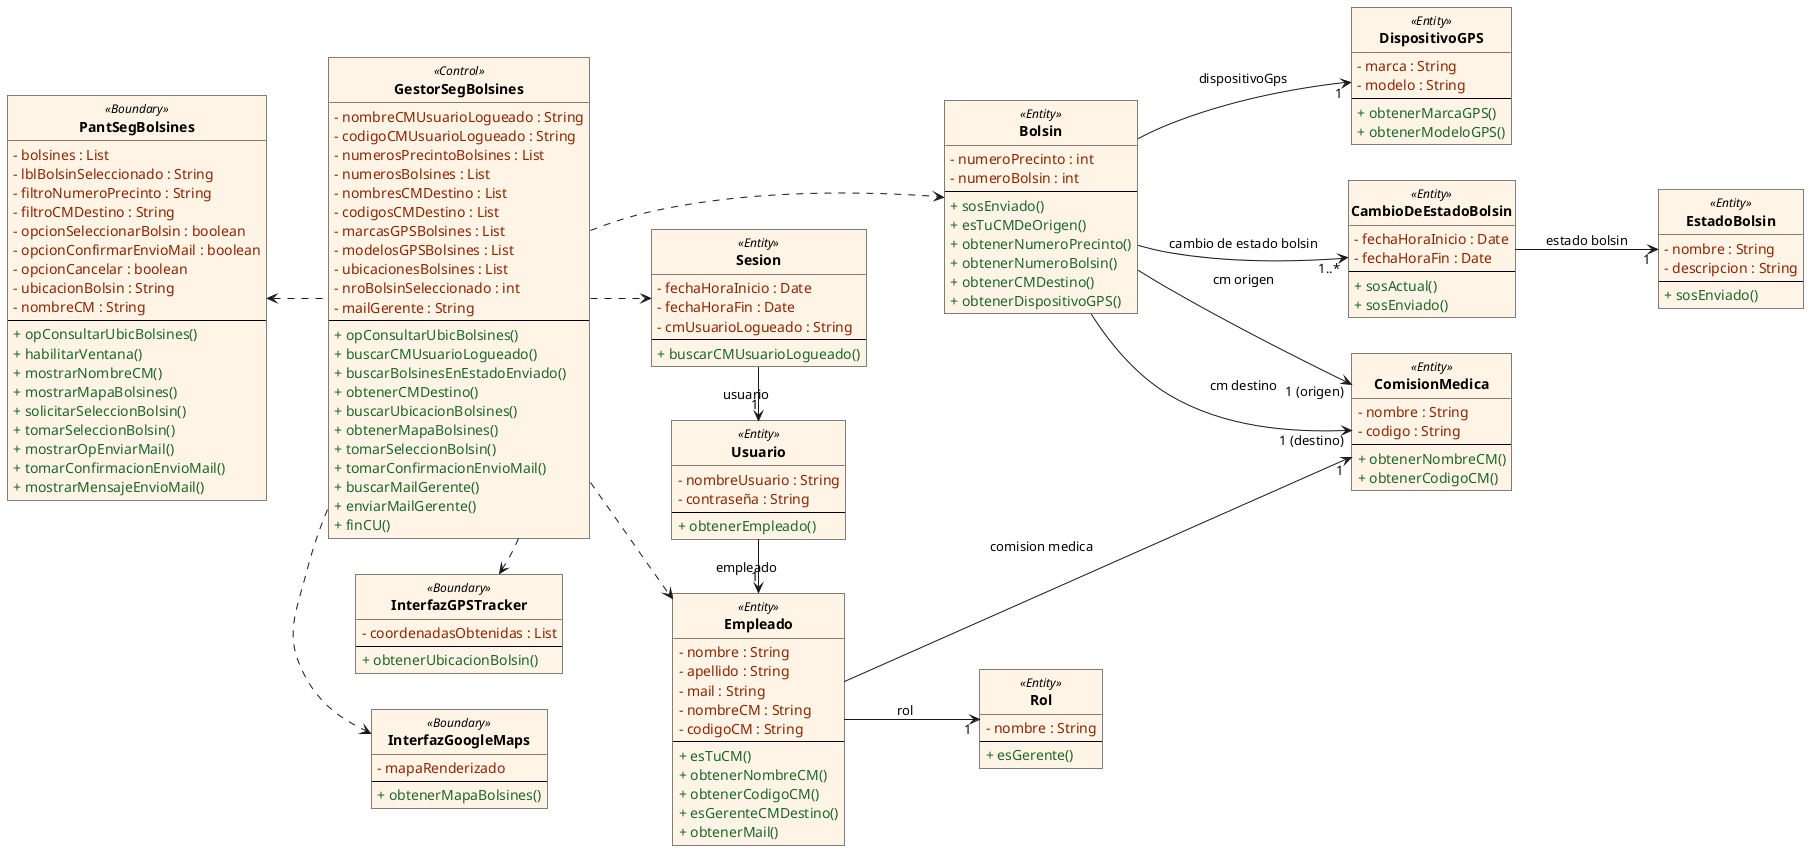
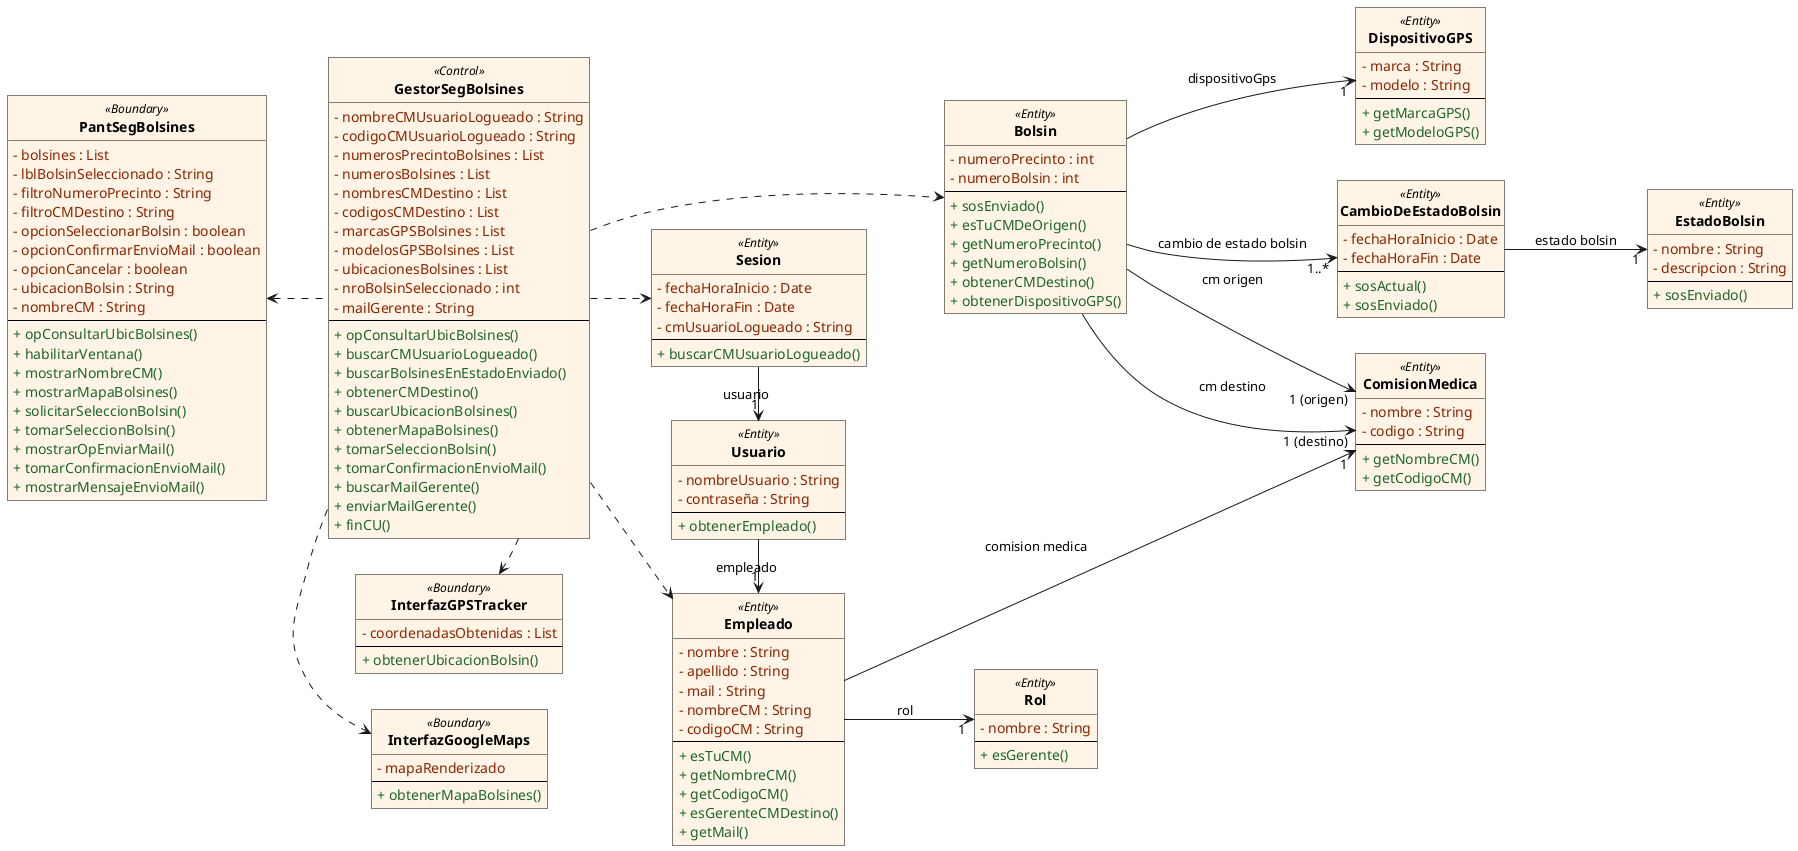
@startuml DiagramaClasesSoporte
skinparam classAttributeIconSize 0
skinparam monochrome false
skinparam shadowing false
skinparam roundcorner 0


skinparam class {
    BackgroundColor #FFF4E6
    BorderColor #000000
    FontColor #000000
    FontName Arial
    FontSize 14
    FontStyle bold
    StereotypeFontColor #000000
    StereotypeFontStyle italic
}

skinparam stereotypeCFontColor #7F7F7F
skinparam stereotypeCFontSize 10

hide circle

class PantSegBolsines <<Boundary>> {
  <font color="#8C2400">- bolsines : List</font>
  <font color="#8C2400">- lblBolsinSeleccionado : String</font>
  <font color="#8C2400">- filtroNumeroPrecinto : String</font>
  <font color="#8C2400">- filtroCMDestino : String</font>
  <font color="#8C2400">- opcionSeleccionarBolsin : boolean</font>
  <font color="#8C2400">- opcionConfirmarEnvioMail : boolean</font>
  <font color="#8C2400">- opcionCancelar : boolean</font>
  <font color="#8C2400">- ubicacionBolsin : String</font>
  <font color="#8C2400">- nombreCM : String</font>
  --
  <font color="#1B6629">+ opConsultarUbicBolsines()</font>
  <font color="#1B6629">+ habilitarVentana()</font>
  <font color="#1B6629">+ mostrarNombreCM()</font>
  <font color="#1B6629">+ mostrarMapaBolsines()</font>
  <font color="#1B6629">+ solicitarSeleccionBolsin()</font>
  <font color="#1B6629">+ tomarSeleccionBolsin()</font>
  <font color="#1B6629">+ mostrarOpEnviarMail()</font>
  <font color="#1B6629">+ tomarConfirmacionEnvioMail()</font>
  <font color="#1B6629">+ mostrarMensajeEnvioMail()</font>
}

class GestorSegBolsines <<Control>> {
  <font color="#8C2400">- nombreCMUsuarioLogueado : String</font>
  <font color="#8C2400">- codigoCMUsuarioLogueado : String</font>
  <font color="#8C2400">- numerosPrecintoBolsines : List</font>
  <font color="#8C2400">- numerosBolsines : List</font>
  <font color="#8C2400">- nombresCMDestino : List</font>
  <font color="#8C2400">- codigosCMDestino : List</font>
  <font color="#8C2400">- marcasGPSBolsines : List</font>
  <font color="#8C2400">- modelosGPSBolsines : List</font>
  <font color="#8C2400">- ubicacionesBolsines : List</font>
  <font color="#8C2400">- nroBolsinSeleccionado : int</font>
  <font color="#8C2400">- mailGerente : String</font>
  --
  <font color="#1B6629">+ opConsultarUbicBolsines()</font>
  <font color="#1B6629">+ buscarCMUsuarioLogueado()</font>
  <font color="#1B6629">+ buscarBolsinesEnEstadoEnviado()</font>
  <font color="#1B6629">+ obtenerCMDestino()</font>
  <font color="#1B6629">+ buscarUbicacionBolsines()</font>
  <font color="#1B6629">+ obtenerMapaBolsines()</font>
  <font color="#1B6629">+ tomarSeleccionBolsin()</font>
  <font color="#1B6629">+ tomarConfirmacionEnvioMail()</font>
  <font color="#1B6629">+ buscarMailGerente()</font>
  <font color="#1B6629">+ enviarMailGerente()</font>
  <font color="#1B6629">+ finCU()</font>
}

class InterfazGPSTracker <<Boundary>> {
  <font color="#8C2400">- coordenadasObtenidas : List</font>
  --
  <font color="#1B6629">+ obtenerUbicacionBolsin()</font>
}

class InterfazGoogleMaps <<Boundary>> {
  <font color="#8C2400">- mapaRenderizado</font>
  --
  <font color="#1B6629">+ obtenerMapaBolsines()</font>
}

class DispositivoGPS <<Entity>> {
  <font color="#8C2400">- marca : String</font>
  <font color="#8C2400">- modelo : String</font>
  --
-   <font color="#1B6629">+ obtenerMarcaGPS()</font>
-   <font color="#1B6629">+ obtenerModeloGPS()</font>
+   <font color="#1B6629">+ getMarcaGPS()</font>
+   <font color="#1B6629">+ getModeloGPS()</font>
}

class Sesion <<Entity>> {
  <font color="#8C2400">- fechaHoraInicio : Date</font>
  <font color="#8C2400">- fechaHoraFin : Date</font>
  <font color="#8C2400">- cmUsuarioLogueado : String</font>
  --
  <font color="#1B6629">+ buscarCMUsuarioLogueado()</font>
}

class Usuario <<Entity>> {
  <font color="#8C2400">- nombreUsuario : String</font>
  <font color="#8C2400">- contraseña : String</font>
  --
  <font color="#1B6629">+ obtenerEmpleado()</font>
}

class Empleado <<Entity>> {
  <font color="#8C2400">- nombre : String</font>
  <font color="#8C2400">- apellido : String</font>
  <font color="#8C2400">- mail : String</font>
  <font color="#8C2400">- nombreCM : String</font>
  <font color="#8C2400">- codigoCM : String</font>
  --
  <font color="#1B6629">+ esTuCM()</font>
-   <font color="#1B6629">+ obtenerNombreCM()</font>
-   <font color="#1B6629">+ obtenerCodigoCM()</font>
+   <font color="#1B6629">+ getNombreCM()</font>
+   <font color="#1B6629">+ getCodigoCM()</font>
  <font color="#1B6629">+ esGerenteCMDestino()</font>
-   <font color="#1B6629">+ obtenerMail()</font>
+   <font color="#1B6629">+ getMail()</font>
}

class Rol <<Entity>> {
  <font color="#8C2400">- nombre : String</font>
  --
  <font color="#1B6629">+ esGerente()</font>
}

class ComisionMedica <<Entity>> {
  <font color="#8C2400">- nombre : String</font>
  <font color="#8C2400">- codigo : String</font>
  --
-   <font color="#1B6629">+ obtenerNombreCM()</font>
-   <font color="#1B6629">+ obtenerCodigoCM()</font>
+   <font color="#1B6629">+ getNombreCM()</font>
+   <font color="#1B6629">+ getCodigoCM()</font>
}

class Bolsin <<Entity>> {
  <font color="#8C2400">- numeroPrecinto : int</font>
  <font color="#8C2400">- numeroBolsin : int</font>
  --
  <font color="#1B6629">+ sosEnviado()</font>
  <font color="#1B6629">+ esTuCMDeOrigen()</font>
-   <font color="#1B6629">+ obtenerNumeroPrecinto()</font>
-   <font color="#1B6629">+ obtenerNumeroBolsin()</font>
+   <font color="#1B6629">+ getNumeroPrecinto()</font>
+   <font color="#1B6629">+ getNumeroBolsin()</font>
  <font color="#1B6629">+ obtenerCMDestino()</font>
  <font color="#1B6629">+ obtenerDispositivoGPS()</font>
}

class CambioDeEstadoBolsin <<Entity>> {
  <font color="#8C2400">- fechaHoraInicio : Date</font>
  <font color="#8C2400">- fechaHoraFin : Date</font>
  --
  <font color="#1B6629">+ sosActual()</font>
  <font color="#1B6629">+ sosEnviado()</font>
}

class EstadoBolsin <<Entity>> {
  <font color="#8C2400">- nombre : String</font>
  <font color="#8C2400">- descripcion : String</font>
  --
  <font color="#1B6629">+ sosEnviado()</font>
}

left to right direction

PantSegBolsines <.. GestorSegBolsines

GestorSegBolsines ..> InterfazGPSTracker
GestorSegBolsines ..> InterfazGoogleMaps

GestorSegBolsines ..> Sesion
GestorSegBolsines ..> Empleado
GestorSegBolsines ..> Bolsin

Sesion -> "1" Usuario : usuario
Usuario -> "1" Empleado : empleado

Empleado --> "1" Rol : rol
Empleado ---> "1" ComisionMedica : comision medica

Bolsin --> "1 (origen)" ComisionMedica : cm origen
Bolsin --> "1 (destino)" ComisionMedica : cm destino
Bolsin --> "1" DispositivoGPS : dispositivoGps

Bolsin --> "1..*" CambioDeEstadoBolsin : cambio de estado bolsin
CambioDeEstadoBolsin --> "1" EstadoBolsin : estado bolsin


DispositivoGPS -[hidden]up-> Bolsin
Bolsin -[hidden]down-> CambioDeEstadoBolsin
InterfazGoogleMaps -[hidden]left-> GestorSegBolsines
InterfazGPSTracker -[hidden]left-> GestorSegBolsines
@enduml
